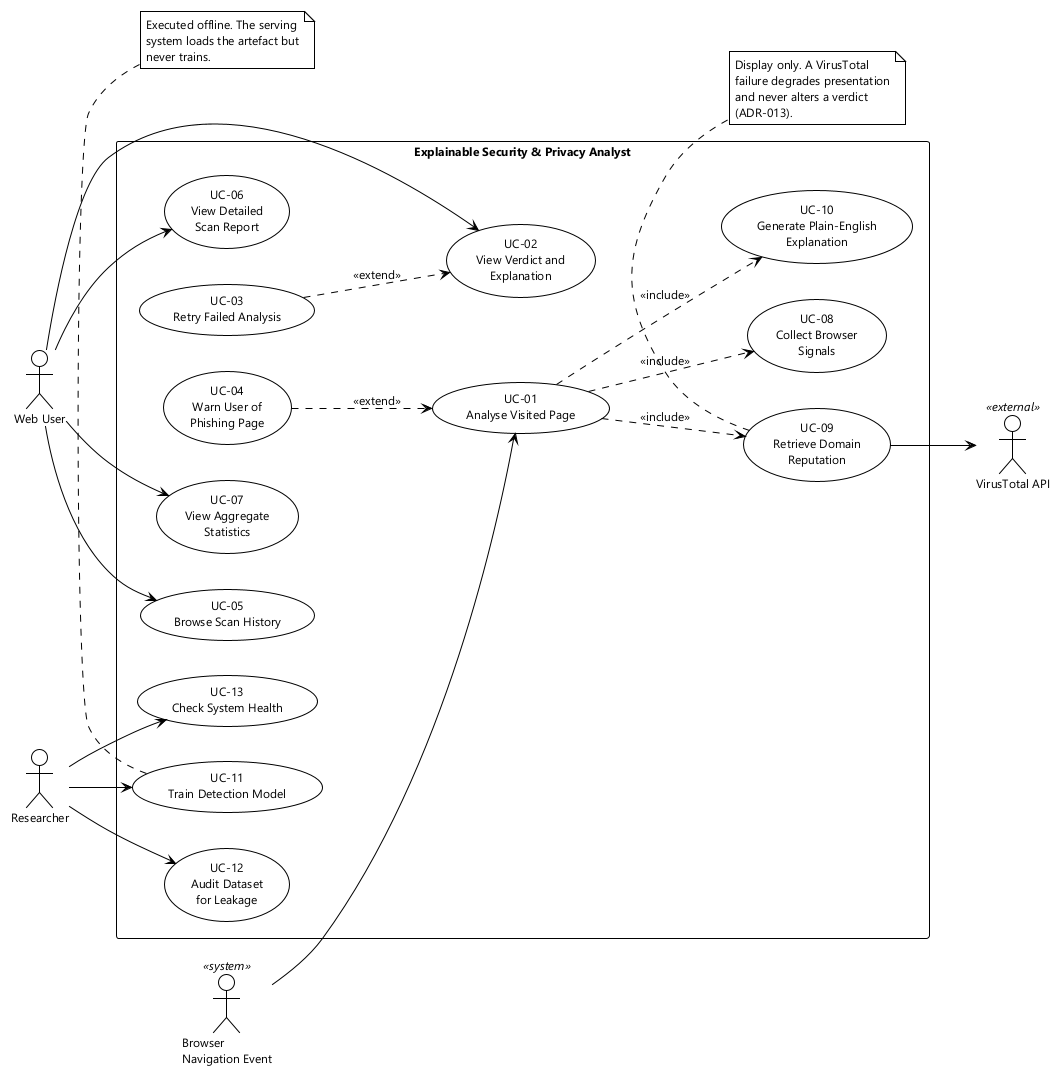
Trust-Dr-BABA/Final-Year-Project keeps this PlantUML diagram as docs/thesis/diagrams/out/fig-2-1-use-case.png. Above is the earlier version.
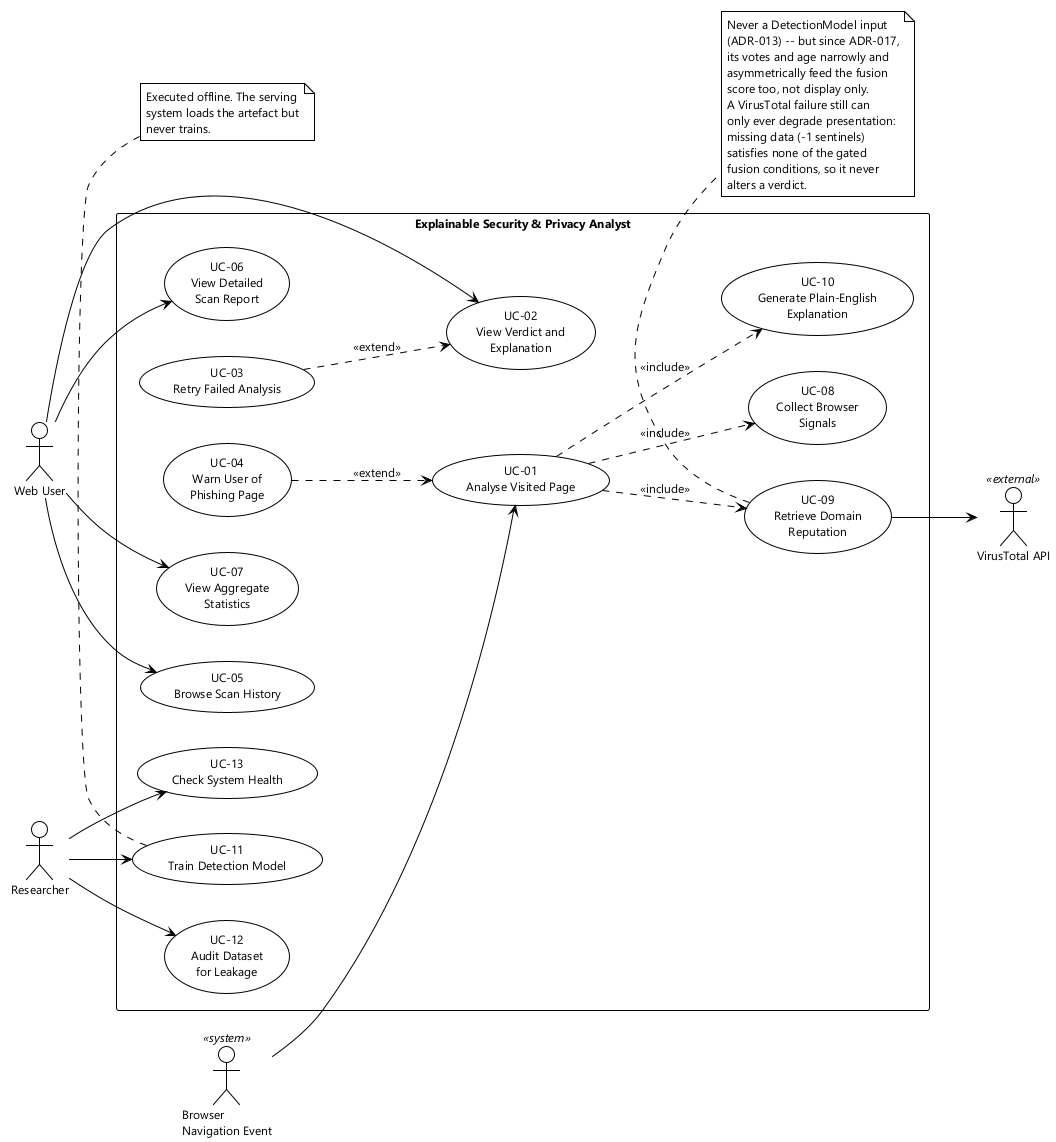
The same diagram one commit later.

Diff of the diagram source:
```diff
@@ -45,10 +45,17 @@
 UC09 --> VT
 
 note bottom of UC09
-  Display only. A VirusTotal
-  failure degrades presentation
-  and never alters a verdict
-  (ADR-013).
+  Never a DetectionModel input
+  (ADR-013) -- but since ADR-017,
+  its votes and age narrowly and
+  asymmetrically feed the fusion
+  score too, not display only.
+  A VirusTotal failure still can
+  only ever degrade presentation:
+  missing data (-1 sentinels)
+  satisfies none of the gated
+  fusion conditions, so it never
+  alters a verdict.
 end note
 
 note bottom of UC11
```
